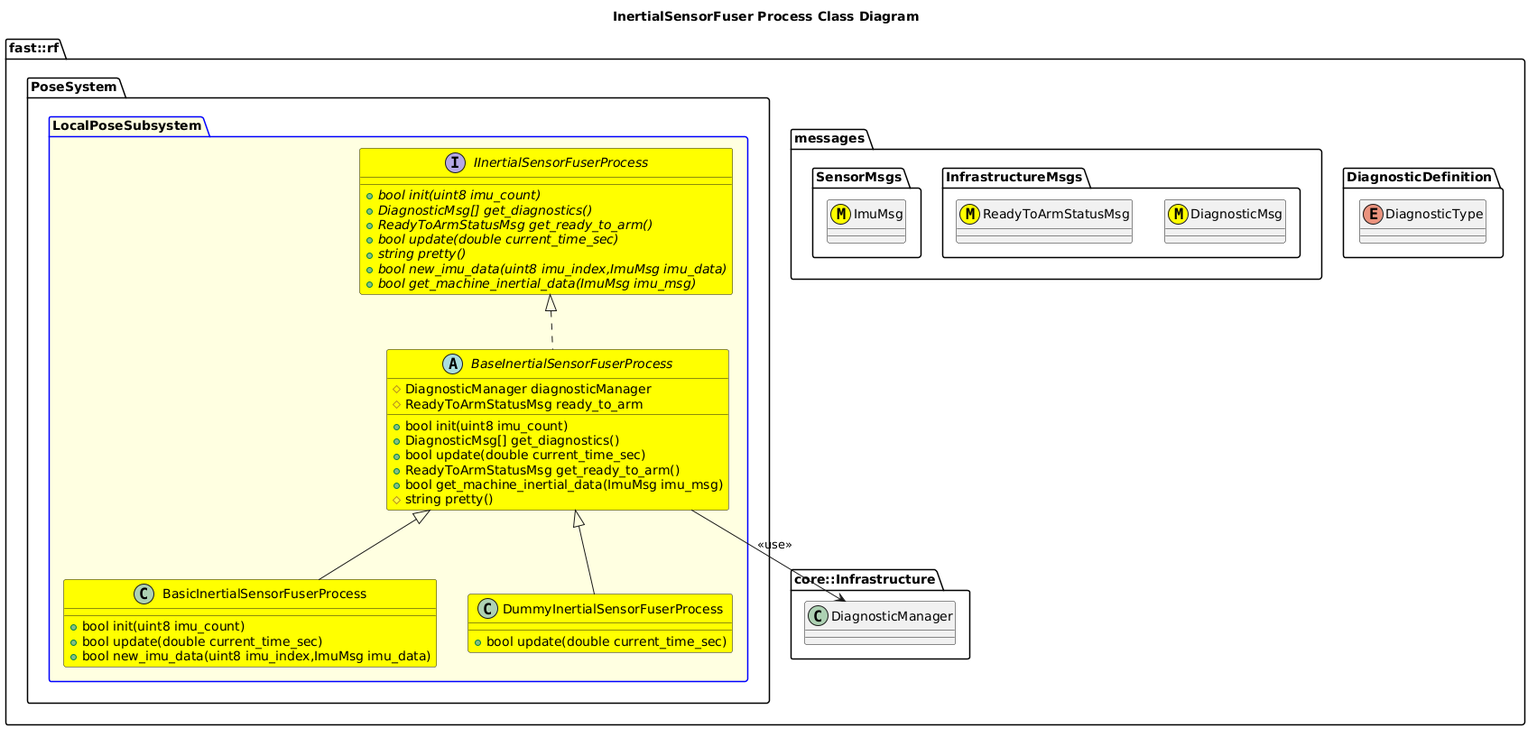
The PlantUML diagram Systems/Pose/Subsystems/LocalPose/Processes/InertialSensorFuser/doc/puml/InertialSensorFuserProcessClassDiagram.png in fastrobotics/robot_framework, before a commit.
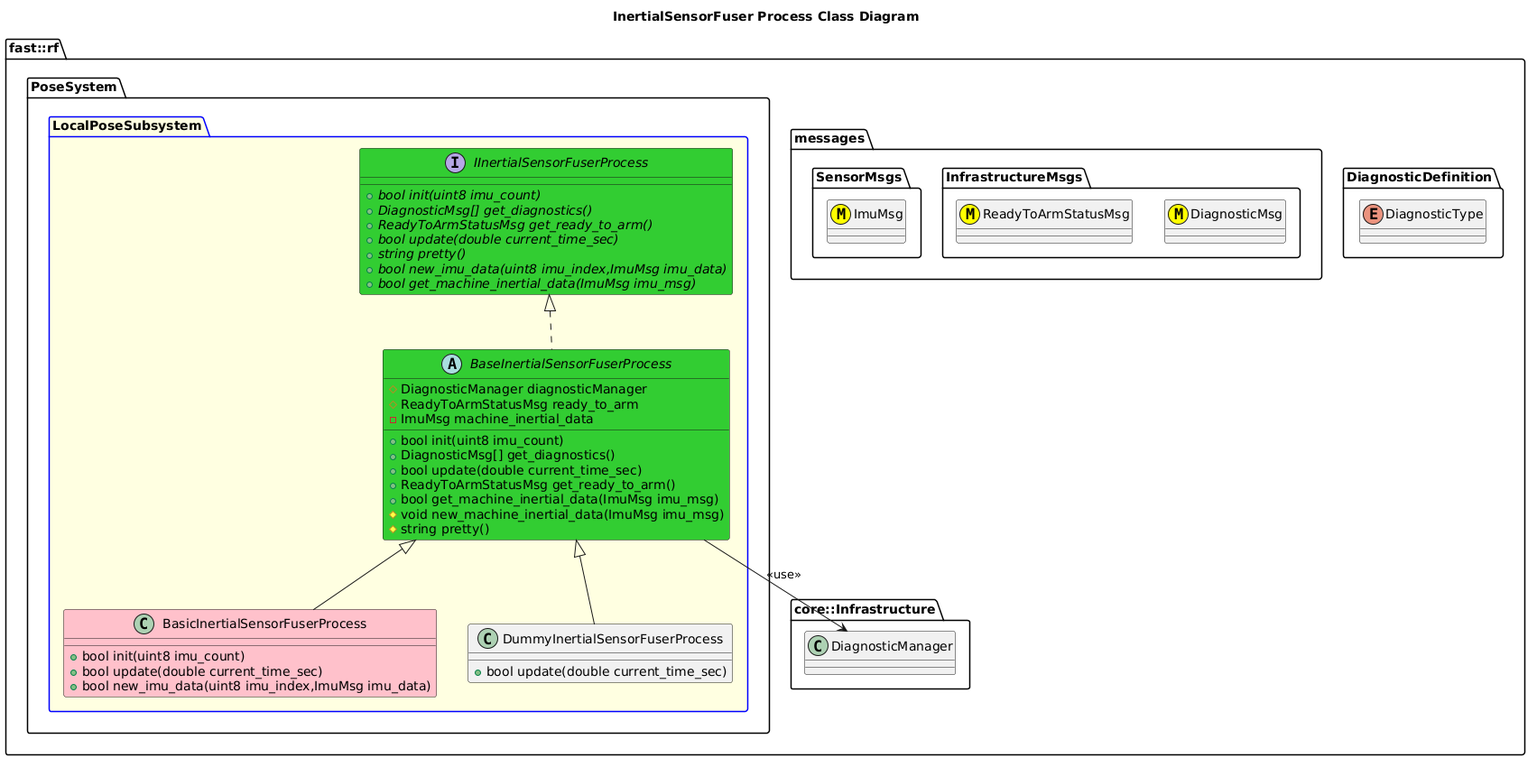
After the change.

Commit message:
Working on Inertial Sensor Fuser.

Diff of the diagram source:
```diff
@@ -19,7 +19,7 @@
   }
   namespace PoseSystem {
     package LocalPoseSubsystem #LightYellow;line:blue {
-        interface IInertialSensorFuserProcess #Yellow {
+        interface IInertialSensorFuserProcess #LimeGreen {
           +{abstract} bool init(uint8 imu_count)
           +{abstract} DiagnosticMsg[] get_diagnostics()
           +{abstract} ReadyToArmStatusMsg get_ready_to_arm()
@@ -28,26 +28,28 @@
           +{abstract} bool new_imu_data(uint8 imu_index,ImuMsg imu_data)
           +{abstract} bool get_machine_inertial_data(ImuMsg imu_msg)
         }
-        abstract BaseInertialSensorFuserProcess #Yellow {
+        abstract BaseInertialSensorFuserProcess #LimeGreen {
           +bool init(uint8 imu_count)
           +DiagnosticMsg[] get_diagnostics()
           +bool update(double current_time_sec)
           +ReadyToArmStatusMsg get_ready_to_arm()
           +bool get_machine_inertial_data(ImuMsg imu_msg)
+          #void new_machine_inertial_data(ImuMsg imu_msg)
           #string pretty()
           #DiagnosticManager diagnosticManager
           #ReadyToArmStatusMsg ready_to_arm
+          -ImuMsg machine_inertial_data
 
         }
         BaseInertialSensorFuserProcess .up.|> IInertialSensorFuserProcess
         BaseInertialSensorFuserProcess --> DiagnosticManager: <<use>>
-        class BasicInertialSensorFuserProcess #Yellow {
+        class BasicInertialSensorFuserProcess #Pink {
           +bool init(uint8 imu_count)
           +bool update(double current_time_sec)
           +bool new_imu_data(uint8 imu_index,ImuMsg imu_data)
         }
         BasicInertialSensorFuserProcess -up-|> BaseInertialSensorFuserProcess
-        class DummyInertialSensorFuserProcess #Yellow {
+        class DummyInertialSensorFuserProcess  {
           +bool update(double current_time_sec)
         }
         DummyInertialSensorFuserProcess -up-|> BaseInertialSensorFuserProcess
```
